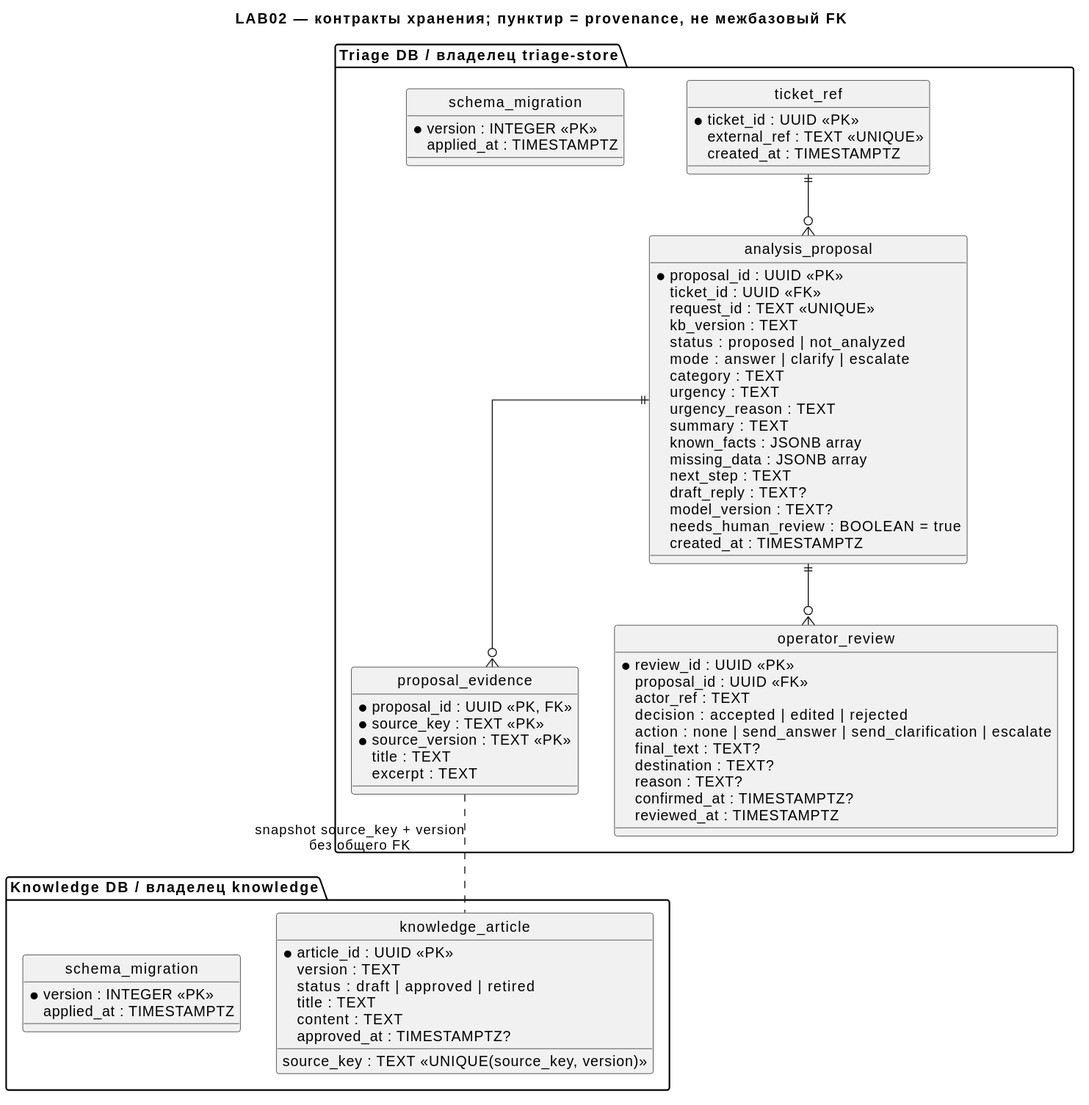
Above: docs/architecture/erd.svg in vstu-sii/razbor-obrascheniy-v-podderzhku-rh5e (PlantUML), before the change. Its diagram source:
```plantuml
@startuml
hide circle
skinparam linetype ortho
title LAB02 — контракты хранения; пунктир = provenance, не межбазовый FK
package "Triage DB / владелец triage-store" {
entity "schema_migration" as tm {
  *version : INTEGER <<PK>>
  applied_at : TIMESTAMPTZ
}
entity "ticket_ref" as ticket {
  *ticket_id : UUID <<PK>>
  external_ref : TEXT <<UNIQUE>>
  created_at : TIMESTAMPTZ
}
entity "analysis_proposal" as proposal {
  *proposal_id : UUID <<PK>>
  ticket_id : UUID <<FK>>
  request_id : TEXT <<UNIQUE>>
  kb_version : TEXT
  status : proposed | not_analyzed
  mode : answer | clarify | escalate
  category : TEXT
  urgency : TEXT
  urgency_reason : TEXT
  summary : TEXT
  known_facts : JSONB array
  missing_data : JSONB array
  next_step : TEXT
  draft_reply : TEXT?
  model_version : TEXT?
  needs_human_review : BOOLEAN = true
  created_at : TIMESTAMPTZ
}
entity "proposal_evidence" as evidence {
  *proposal_id : UUID <<PK, FK>>
  *source_key : TEXT <<PK>>
  *source_version : TEXT <<PK>>
  title : TEXT
  excerpt : TEXT
}
entity "operator_review" as review {
  *review_id : UUID <<PK>>
  proposal_id : UUID <<FK>>
  actor_ref : TEXT
  decision : accepted | edited | rejected
  action : none | send_answer | send_clarification | escalate
  final_text : TEXT?
  destination : TEXT?
  reason : TEXT?
  confirmed_at : TIMESTAMPTZ?
  reviewed_at : TIMESTAMPTZ
}
}
package "Knowledge DB / владелец knowledge" {
entity "schema_migration" as km {
  *version : INTEGER <<PK>>
  applied_at : TIMESTAMPTZ
}
entity "knowledge_article" as article {
  *article_id : UUID <<PK>>
  source_key : TEXT <<UNIQUE(source_key, version)>>
  version : TEXT
  status : draft | approved | retired
  title : TEXT
  content : TEXT
  approved_at : TIMESTAMPTZ?
}
}
ticket ||--o{ proposal
proposal ||--o{ evidence
proposal ||--o{ review
evidence .. article : snapshot source_key + version\nбез общего FK
@enduml
```
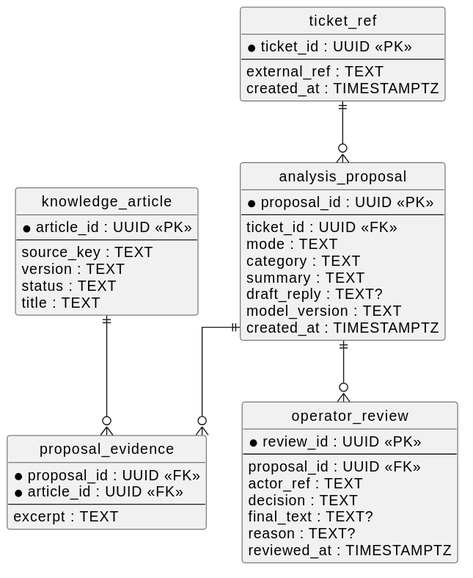
After the change.

What changed in the source:
```diff
@@ -1,73 +1,49 @@
 @startuml
 hide circle
 skinparam linetype ortho
-title LAB02 — контракты хранения; пунктир = provenance, не межбазовый FK
-package "Triage DB / владелец triage-store" {
-entity "schema_migration" as tm {
-  *version : INTEGER <<PK>>
-  applied_at : TIMESTAMPTZ
-}
 entity "ticket_ref" as ticket {
   *ticket_id : UUID <<PK>>
-  external_ref : TEXT <<UNIQUE>>
+  --
+  external_ref : TEXT
   created_at : TIMESTAMPTZ
+}
+entity "knowledge_article" as article {
+  *article_id : UUID <<PK>>
+  --
+  source_key : TEXT
+  version : TEXT
+  status : TEXT
+  title : TEXT
 }
 entity "analysis_proposal" as proposal {
   *proposal_id : UUID <<PK>>
+  --
   ticket_id : UUID <<FK>>
-  request_id : TEXT <<UNIQUE>>
-  kb_version : TEXT
-  status : proposed | not_analyzed
-  mode : answer | clarify | escalate
+  mode : TEXT
   category : TEXT
-  urgency : TEXT
-  urgency_reason : TEXT
   summary : TEXT
-  known_facts : JSONB array
-  missing_data : JSONB array
-  next_step : TEXT
   draft_reply : TEXT?
-  model_version : TEXT?
-  needs_human_review : BOOLEAN = true
+  model_version : TEXT
   created_at : TIMESTAMPTZ
 }
 entity "proposal_evidence" as evidence {
-  *proposal_id : UUID <<PK, FK>>
-  *source_key : TEXT <<PK>>
-  *source_version : TEXT <<PK>>
-  title : TEXT
+  *proposal_id : UUID <<FK>>
+  *article_id : UUID <<FK>>
+  --
   excerpt : TEXT
 }
 entity "operator_review" as review {
   *review_id : UUID <<PK>>
+  --
   proposal_id : UUID <<FK>>
   actor_ref : TEXT
-  decision : accepted | edited | rejected
-  action : none | send_answer | send_clarification | escalate
+  decision : TEXT
   final_text : TEXT?
-  destination : TEXT?
   reason : TEXT?
-  confirmed_at : TIMESTAMPTZ?
   reviewed_at : TIMESTAMPTZ
-}
-}
-package "Knowledge DB / владелец knowledge" {
-entity "schema_migration" as km {
-  *version : INTEGER <<PK>>
-  applied_at : TIMESTAMPTZ
-}
-entity "knowledge_article" as article {
-  *article_id : UUID <<PK>>
-  source_key : TEXT <<UNIQUE(source_key, version)>>
-  version : TEXT
-  status : draft | approved | retired
-  title : TEXT
-  content : TEXT
-  approved_at : TIMESTAMPTZ?
-}
 }
 ticket ||--o{ proposal
 proposal ||--o{ evidence
+article ||--o{ evidence
 proposal ||--o{ review
-evidence .. article : snapshot source_key + version\nбез общего FK
 @enduml
```
